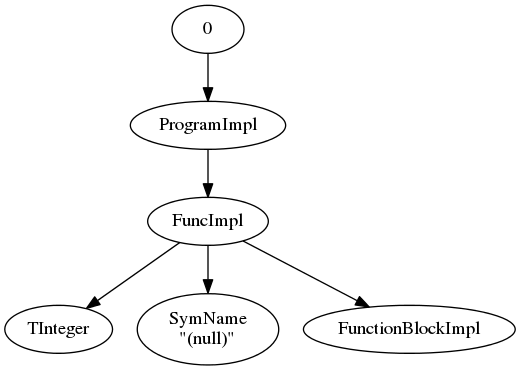
Before: ast/testProgram.png, a diagram exported from Graphviz (drewtaylors/cs160). Its source is kept beside it as ast/testProgram.dot.
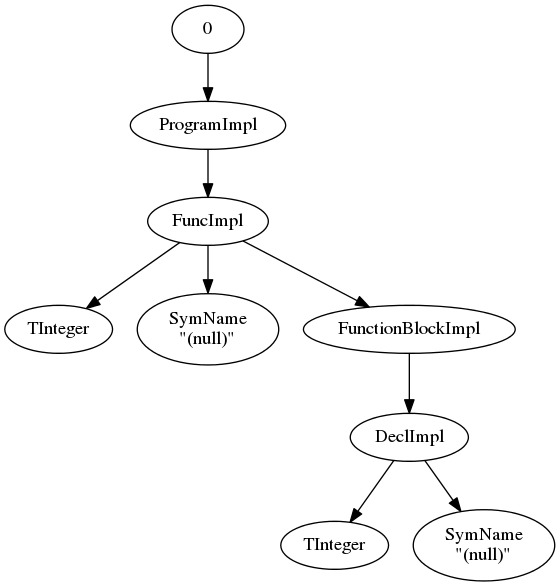
The same file after the commit.

What changed in the source:
```diff
@@ -9,4 +9,10 @@
 "4" [label="SymName\n\"(null)\""]
 "2" -> "5"
 "5" [label="FunctionBlockImpl"]
+"5" -> "6"
+"6" [label="DeclImpl"]
+"6" -> "7"
+"7" [label="TInteger"]
+"6" -> "8"
+"8" [label="SymName\n\"(null)\""]
 };
```
